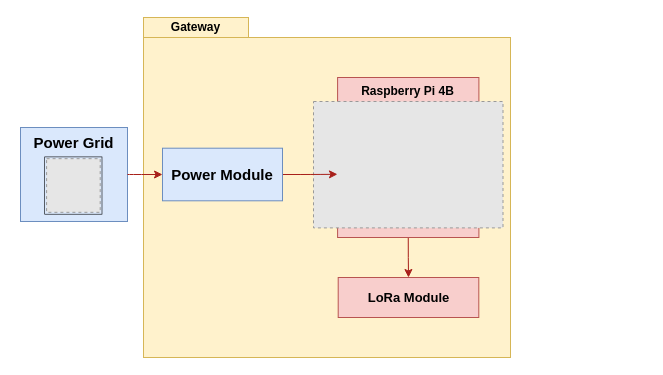
This is page "gateway_hw_arch" (5 of 8) of project/report/flowcharts/system_overview.drawio from ESRGgroup9/slipad, a draw.io file, before an edit. Source tidied: cells renumbered, new cells numbered last; positions are measured from the earlier drawing's top-left corner, leaving out a move shared by most shapes. Both pictures are drawn from the tidied source at 100%, with x=0, y=0 at pixel (20, 17). Pictures stored in the file or linked from it are replaced by grey dashed boxes.
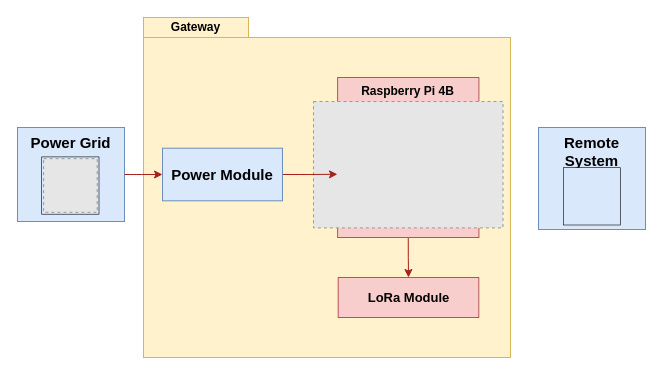
The same diagram, later.

The edit, as a diff of the source:
```diff
@@
 <mxGraphModel>
   <root>
     <mxCell id="0" />
     <mxCell id="1" parent="0" />
     <mxCell id="2" style="rounded=0;whiteSpace=wrap;html=1;fillColor=#fff2cc;strokeColor=#d6b656;fontColor=default;" parent="1" vertex="1">
       <mxGeometry x="123" y="20" width="367" height="320" as="geometry" />
     </mxCell>
     <mxCell id="3" value="&lt;div&gt;Gateway&lt;/div&gt;" style="text;html=1;strokeColor=#d6b656;fillColor=#fff2cc;align=center;verticalAlign=middle;whiteSpace=wrap;rounded=0;sketch=0;fontStyle=1;fontColor=default;" parent="1" vertex="1">
       <mxGeometry x="123" width="105" height="20" as="geometry" />
     </mxCell>
     <mxCell id="4" style="edgeStyle=orthogonalEdgeStyle;rounded=0;jettySize=auto;html=1;exitX=0.5;exitY=1;exitDx=0;exitDy=0;entryX=0.5;entryY=0;entryDx=0;entryDy=0;strokeColor=#A8201A;labelBackgroundColor=none;" parent="1" edge="1" source="5" target="7">
       <mxGeometry x="0.35" y="43" relative="1" as="geometry" />
     </mxCell>
     <mxCell id="5" value="Raspberry Pi 4B" style="rounded=0;whiteSpace=wrap;html=1;fillColor=#f8cecc;strokeColor=#b85450;fontColor=default;verticalAlign=top;fontStyle=1;" parent="1" vertex="1">
       <mxGeometry x="317.1" y="60" width="141.3" height="160" as="geometry" />
     </mxCell>
     <mxCell id="6" style="fillColor=#E6E6E6;strokeColor=#999999;dashed=1;verticalLabelPosition=bottom;labelBackgroundColor=none;verticalAlign=top;fontColor=default;rotation=0;" parent="1" vertex="1">
       <mxGeometry x="293" y="84" width="189.5" height="126.4" as="geometry" />
     </mxCell>
     <mxCell id="7" value="LoRa Module" style="text;html=1;strokeColor=#b85450;fillColor=#f8cecc;align=center;verticalAlign=middle;whiteSpace=wrap;rounded=0;sketch=0;fontSize=13;strokeWidth=1;fontStyle=1;" parent="1" vertex="1">
       <mxGeometry x="317.7" y="260" width="140.6" height="40" as="geometry" />
     </mxCell>
     <mxCell id="8" style="edgeStyle=orthogonalEdgeStyle;rounded=1;jettySize=auto;html=1;exitX=1;exitY=0.5;exitDx=0;exitDy=0;entryX=-0.001;entryY=0.605;entryDx=0;entryDy=0;entryPerimeter=0;strokeColor=#A8201A;" parent="1" edge="1" source="9" target="5">
       <mxGeometry relative="1" as="geometry" />
     </mxCell>
     <mxCell id="9" value="Power Module" style="rounded=0;whiteSpace=wrap;html=1;fillColor=#dae8fc;strokeColor=#6c8ebf;fontColor=default;fontStyle=1;verticalAlign=middle;fontSize=15;" parent="1" vertex="1">
       <mxGeometry x="142" y="130.7" width="120" height="52.6" as="geometry" />
     </mxCell>
     <mxCell id="10" style="group;" parent="1" vertex="1">
-      <mxGeometry y="110" width="107" height="94" as="geometry" />
+      <mxGeometry x="-3" y="110" width="107" height="94" as="geometry" />
     </mxCell>
     <mxCell id="11" value="Power Grid" style="rounded=0;whiteSpace=wrap;html=1;fillColor=#dae8fc;strokeColor=#6c8ebf;fontColor=default;fontStyle=1;verticalAlign=top;fontSize=15;" parent="10" vertex="1">
       <mxGeometry width="107" height="94" as="geometry" />
     </mxCell>
     <mxCell id="12" style="whiteSpace=wrap;html=1;rounded=0;sketch=0;fillColor=#dae8fc;strokeColor=#000000;strokeWidth=0.6;fontColor=default;" parent="10" vertex="1">
       <mxGeometry x="24.2" y="29.4" width="57.3" height="57.3" as="geometry" />
     </mxCell>
     <mxCell id="13" style="fillColor=#E6E6E6;strokeColor=#999999;dashed=1;verticalLabelPosition=bottom;labelBackgroundColor=#ffffff;verticalAlign=top;fontColor=default;" parent="10" vertex="1">
       <mxGeometry x="26.1" y="31.2" width="53.6" height="53.6" as="geometry" />
     </mxCell>
     <mxCell id="14" style="edgeStyle=orthogonalEdgeStyle;rounded=1;jettySize=auto;html=1;entryX=0;entryY=0.5;entryDx=0;entryDy=0;strokeColor=#A8201A;exitX=1;exitY=0.5;exitDx=0;exitDy=0;" parent="1" edge="1" source="11" target="9">
       <mxGeometry relative="1" as="geometry">
         <Array as="points">
           <mxPoint x="111" y="156.8" />
           <mxPoint x="111" y="156.8" />
         </Array>
       </mxGeometry>
     </mxCell>
+    <mxCell id="15" style="group;" parent="1" vertex="1">
+      <mxGeometry x="518" y="110" width="107" height="102" as="geometry" />
+    </mxCell>
+    <mxCell id="16" value="Remote System" style="rounded=0;whiteSpace=wrap;html=1;fillColor=#dae8fc;strokeColor=#6c8ebf;fontColor=default;fontStyle=1;verticalAlign=top;fontSize=15;" parent="15" vertex="1">
+      <mxGeometry width="107" height="102" as="geometry" />
+    </mxCell>
+    <mxCell id="17" style="whiteSpace=wrap;html=1;rounded=0;sketch=0;fillColor=#dae8fc;strokeColor=#000000;strokeWidth=0.6;fontColor=default;" parent="15" vertex="1">
+      <mxGeometry x="24.8" y="40.2" width="57.3" height="57.3" as="geometry" />
+    </mxCell>
   </root>
 </mxGraphModel>
```
